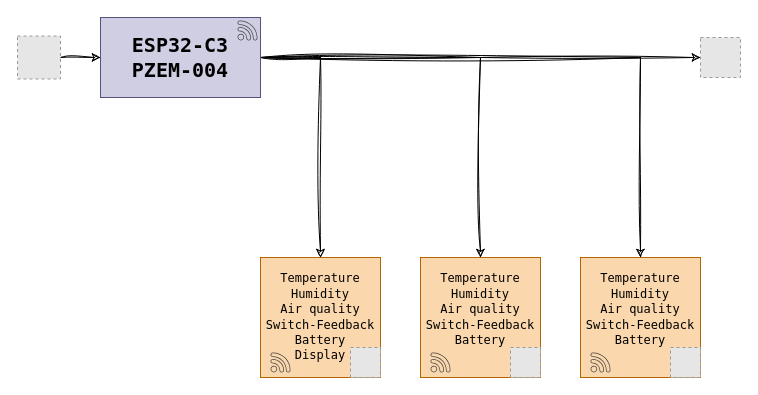
This is page "Main" (1 of 3) of Docu/HA_Diagram.drawio from abrahanlp/Home-Ambient, a draw.io file, before an edit. Source tidied: cells renumbered, new cells numbered last; positions are measured from the earlier drawing's top-left corner, leaving out a move shared by most shapes. Both pictures are drawn from the tidied source at 100%, with x=0, y=0 at pixel (17, 17). Pictures stored in the file or linked from it are replaced by grey dashed boxes.
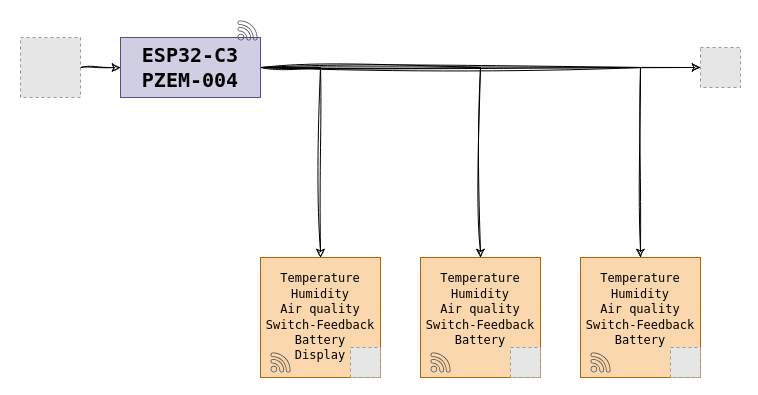
The same page after the edit.

Change to the diagram source:
```diff
@@
-    <mxCell id="5" style="edgeStyle=orthogonalEdgeStyle;rounded=0;sketch=1;hachureGap=4;jiggle=2;curveFitting=1;jettySize=auto;html=1;exitX=1;exitY=0.5;exitDx=0;exitDy=0;fontFamily=Architects Daughter;entryX=0;entryY=0.5;entryDx=0;entryDy=0;" parent="1" edge="1" source="6">
-      <mxGeometry relative="1" as="geometry">
-        <mxPoint x="683" y="40" as="targetPoint" />
-      </mxGeometry>
+    <mxCell id="5" style="edgeStyle=orthogonalEdgeStyle;rounded=0;sketch=1;hachureGap=4;jiggle=2;curveFitting=1;jettySize=auto;html=1;exitX=1;exitY=0.5;exitDx=0;exitDy=0;fontFamily=Architects Daughter;entryX=0;entryY=0.5;entryDx=0;entryDy=0;" parent="1" edge="1" source="6" target="16">
+      <mxGeometry relative="1" as="geometry" />
     </mxCell>
     <mxCell id="6" value="&lt;div style=&quot;font-size: 20px;&quot;&gt;&lt;font face=&quot;Lucida Console&quot; style=&quot;font-size: 20px;&quot;&gt;&lt;b style=&quot;&quot;&gt;ESP32-C3&lt;/b&gt;&lt;/font&gt;&lt;/div&gt;&lt;font face=&quot;Lucida Console&quot; style=&quot;font-size: 20px;&quot;&gt;&lt;b style=&quot;&quot;&gt;PZEM-004&lt;/b&gt;&lt;/font&gt;" style="rounded=0;whiteSpace=wrap;html=1;hachureGap=4;fontFamily=Architects Daughter;fillColor=#d0cee2;strokeColor=#56517e;" parent="1" vertex="1">
-      <mxGeometry x="83" width="160" height="80" as="geometry" />
+      <mxGeometry x="103" y="20" width="140" height="60" as="geometry" />
     </mxCell>
@@
-    <mxCell id="14" style="edgeStyle=orthogonalEdgeStyle;rounded=0;sketch=1;hachureGap=4;jiggle=2;curveFitting=1;jettySize=auto;html=1;exitX=1;exitY=0.5;exitDx=0;exitDy=0;entryX=0;entryY=0.5;entryDx=0;entryDy=0;fontFamily=Architects Daughter;" parent="1" edge="1" source="15" target="6">
-      <mxGeometry relative="1" as="geometry" />
-    </mxCell>
-    <mxCell id="15" style="fillColor=#E6E6E6;strokeColor=#999999;dashed=1;html=1;verticalAlign=top;verticalLabelPosition=bottom;labelBackgroundColor=#ffffff;fontFamily=Architects Daughter;" parent="1" vertex="1">
-      <mxGeometry y="18.5" width="43" height="43" as="geometry" />
-    </mxCell>
     <mxCell id="16" style="fillColor=#E6E6E6;strokeColor=#999999;dashed=1;html=1;verticalAlign=top;verticalLabelPosition=bottom;labelBackgroundColor=#ffffff;fontFamily=Architects Daughter;" parent="1" vertex="1">
-      <mxGeometry x="683" y="20" width="40" height="40" as="geometry" />
+      <mxGeometry x="683" y="30" width="40" height="40" as="geometry" />
     </mxCell>
@@
+    <mxCell id="20" style="edgeStyle=orthogonalEdgeStyle;rounded=0;sketch=1;hachureGap=4;jiggle=2;curveFitting=1;jettySize=auto;html=1;exitX=0.5;exitY=0;exitDx=0;exitDy=0;entryX=0;entryY=0.5;entryDx=0;entryDy=0;fontFamily=Architects Daughter;" parent="1" edge="1" source="21" target="6">
+      <mxGeometry relative="1" as="geometry" />
+    </mxCell>
+    <mxCell id="21" style="fillColor=#E6E6E6;strokeColor=#999999;dashed=1;html=1;verticalAlign=top;verticalLabelPosition=bottom;labelBackgroundColor=#ffffff;fontFamily=Architects Daughter;rotation=90;" parent="1" vertex="1">
+      <mxGeometry x="3" y="20" width="60" height="60" as="geometry" />
+    </mxCell>
```
